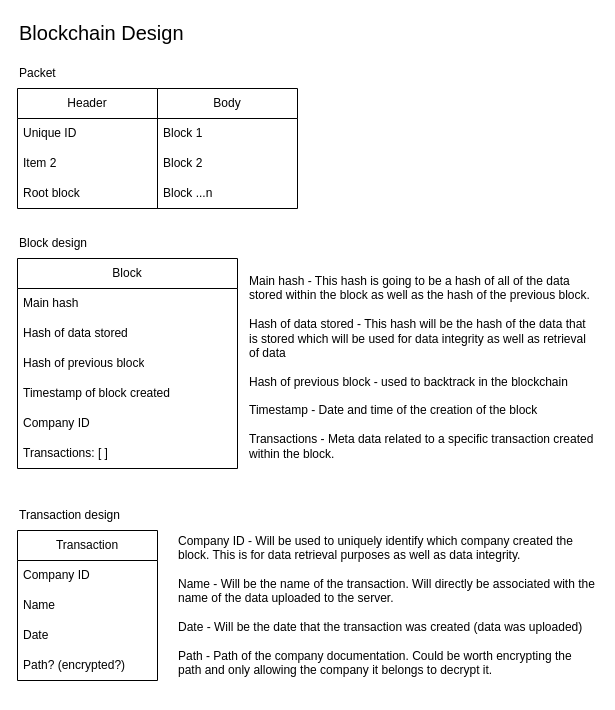
The draw.io diagram documentation/Blockchain design.drawio in LouisDonaldson/Blockchain-Cloud-Storage-Web-Service, before the edit. Source tidied: cells renumbered, new cells numbered last; positions are measured from the earlier drawing's top-left corner, leaving out a move shared by most shapes. Both pictures are drawn from the tidied source at 100%, with x=0, y=0 at pixel (17, 17).
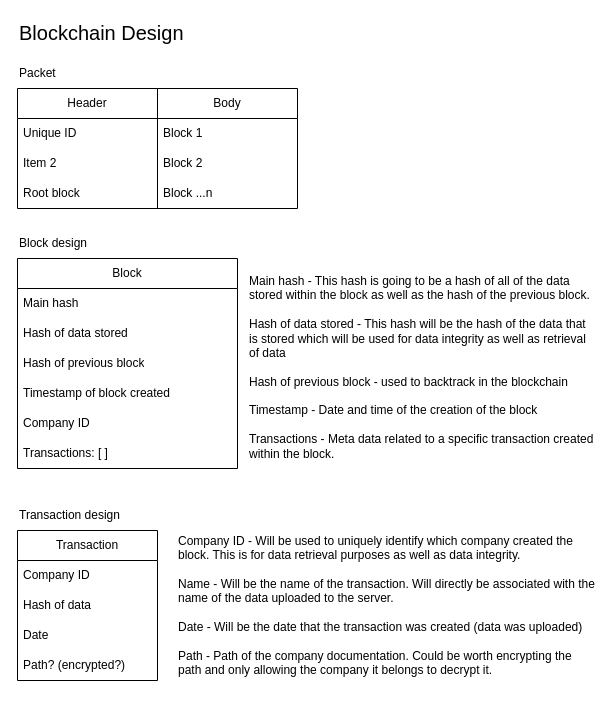
The same diagram, later.

Commit message (it also covers changes not shown here):
updated blockchain transactions and added database design diagram

Unchanged cells that the change refers to:
```xml
<mxCell id="21" value="Transaction" style="swimlane;fontStyle=0;horizontal=1;startSize=30;whiteSpace=wrap;html=1;" parent="1" vertex="1">
  <mxGeometry y="513" width="140" height="150" as="geometry" />
</mxCell>
```

What changed in the source:
```diff
@@
-    <mxCell id="23" value="Name" style="text;strokeColor=none;fillColor=none;align=left;verticalAlign=middle;spacingLeft=4;spacingRight=4;overflow=hidden;whiteSpace=wrap;html=1;" parent="21" vertex="1">
+    <mxCell id="23" value="Hash of data" style="text;strokeColor=none;fillColor=none;align=left;verticalAlign=middle;spacingLeft=4;spacingRight=4;overflow=hidden;whiteSpace=wrap;html=1;" parent="21" vertex="1">
       <mxGeometry y="60" width="140" height="30" as="geometry" />
     </mxCell>
```
